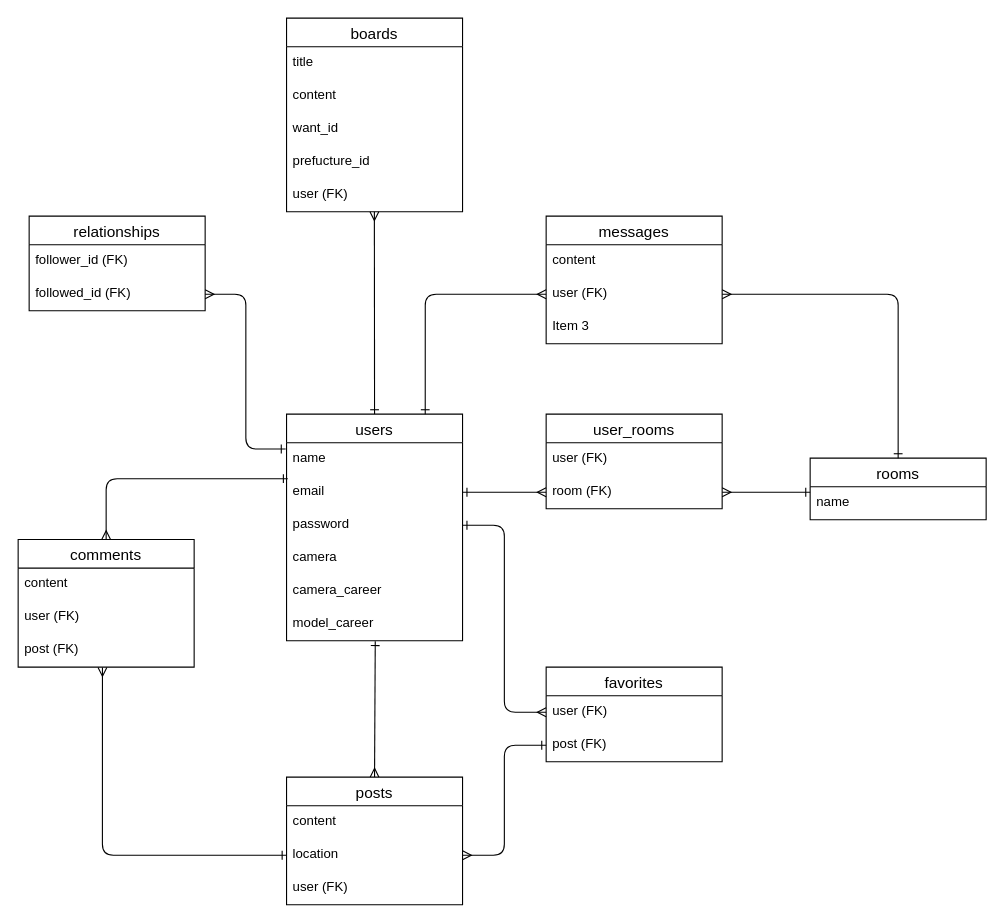
Before: er.dio in tsubasafj/c-c, a draw.io diagram. Source tidied: cells renumbered, new cells numbered last; positions are measured from the earlier drawing's top-left corner, leaving out a move shared by most shapes. Both pictures are drawn from the tidied source at 110%, with x=0, y=0 at pixel (18, 18).
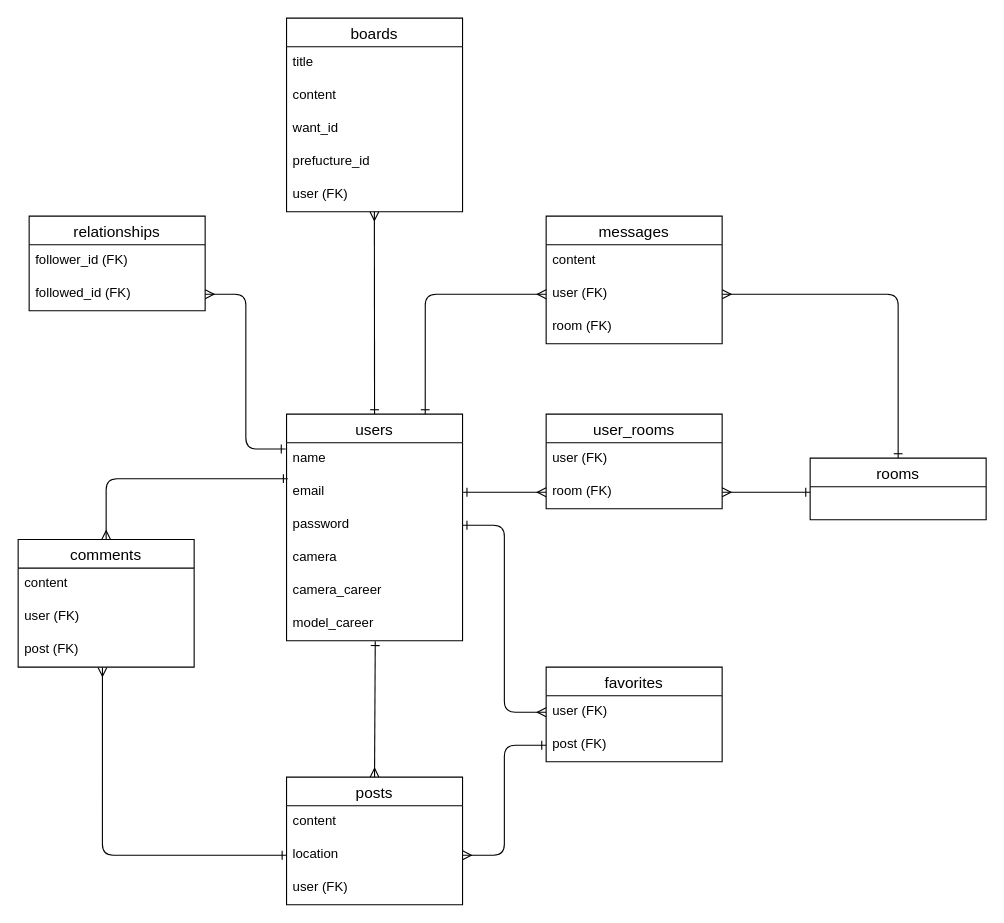
Above is the later version.

Unchanged cells that the change refers to:
```xml
<mxCell id="35" value="rooms" style="swimlane;fontStyle=0;horizontal=1;startSize=26;align=center;fontSize=14;" parent="1" vertex="1">
  <mxGeometry x="720" y="400" width="160" height="56" as="geometry" />
</mxCell>
<mxCell id="37" value="messages" style="swimlane;fontStyle=0;horizontal=1;startSize=26;align=center;fontSize=14;" parent="1" vertex="1">
  <mxGeometry x="480" y="180" width="160" height="116" as="geometry" />
</mxCell>
```

Diff of the diagram source:
```diff
@@
-    <mxCell id="36" value="name" style="text;strokeColor=none;fillColor=none;spacingLeft=4;spacingRight=4;overflow=hidden;fontSize=12;" parent="35" vertex="1">
-      <mxGeometry y="26" width="160" height="30" as="geometry" />
-    </mxCell>
@@
-    <mxCell id="40" value="Item 3" style="text;strokeColor=none;fillColor=none;spacingLeft=4;spacingRight=4;overflow=hidden;fontSize=12;" parent="37" vertex="1">
+    <mxCell id="40" value="room (FK)" style="text;strokeColor=none;fillColor=none;spacingLeft=4;spacingRight=4;overflow=hidden;fontSize=12;" parent="37" vertex="1">
       <mxGeometry y="86" width="160" height="30" as="geometry" />
     </mxCell>
```
